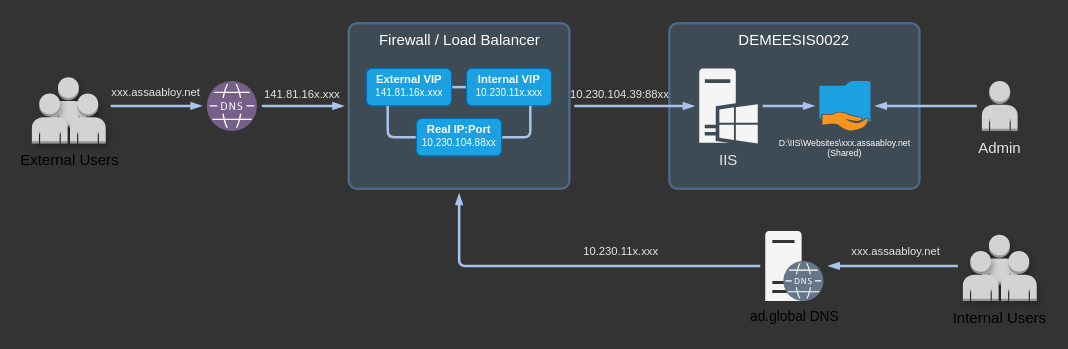
The draw.io diagram page "1.0_Model" (1 of 5) of draw.io/Web Hotel.drawio in changbowen/Misc, before the edit. Source tidied: cells renumbered, new cells numbered last; positions are measured from the earlier drawing's top-left corner, leaving out a move shared by most shapes. Both pictures are drawn from the tidied source at 125%, with x=0, y=0 at pixel (31, 22).
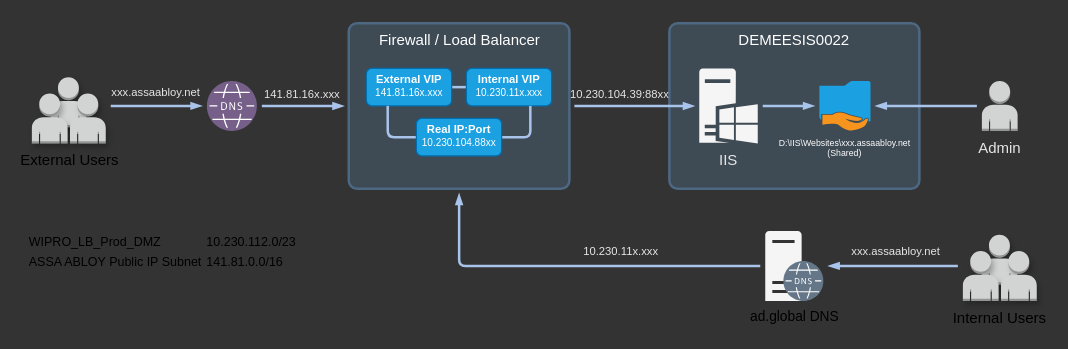
Above is the later version.

What changed in the source:
```diff
@@
+    <mxCell id="37" value="&lt;table&gt;&lt;tbody&gt;&lt;tr&gt;&lt;td&gt;WIPRO_LB_Prod_DMZ&lt;br&gt;&lt;/td&gt;&lt;td&gt;10.230.112.0/23&lt;br&gt;&lt;/td&gt;&lt;/tr&gt;&lt;tr&gt;&lt;td&gt;ASSA ABLOY Public IP Subnet&lt;br&gt;&lt;/td&gt;&lt;td&gt;141.81.0.0/16&lt;br&gt;&lt;/td&gt;&lt;/tr&gt;&lt;/tbody&gt;&lt;/table&gt;" style="text;html=1;strokeColor=none;fillColor=none;align=left;verticalAlign=top;whiteSpace=wrap;rounded=0;fontSize=10;fontFamily=Saira Semi Condensed;FType=g;" parent="1" vertex="1">
+      <mxGeometry x="-7.5" y="160" width="261" height="50" as="geometry" />
+    </mxCell>
```
